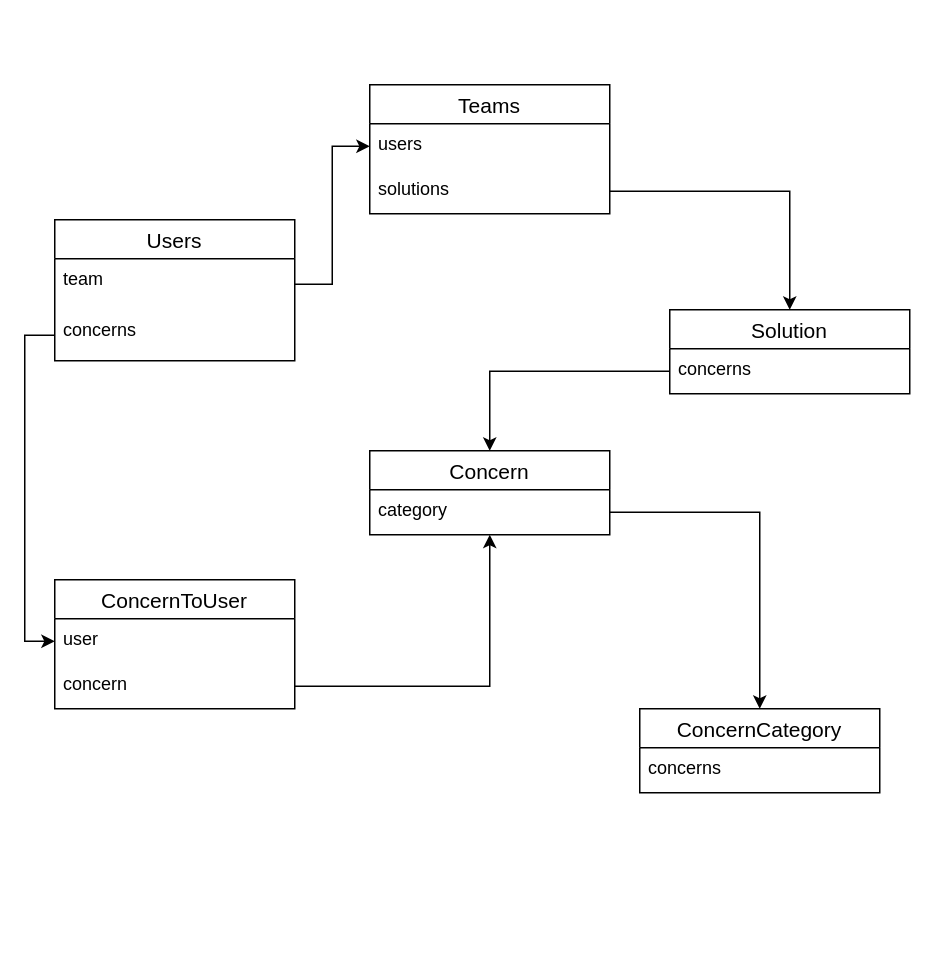
This is drawio/ER_2021-07-24.drawio from yuiseki/concern-kalte, a draw.io file, before an edit. Source tidied: cells renumbered, new cells numbered last; positions are measured from the earlier drawing's top-left corner, leaving out a move shared by most shapes. Both pictures are drawn from the tidied source at 150%, with x=0, y=0 at pixel (54, 84).
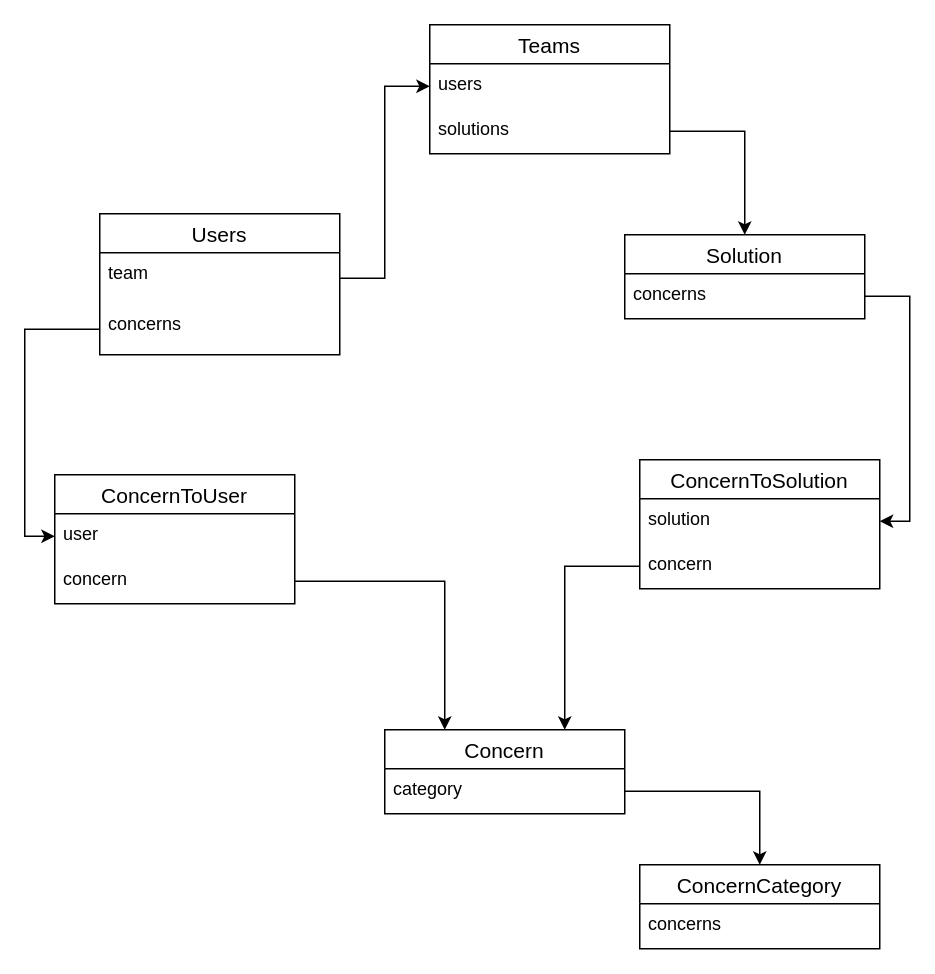
The same page after the edit.

Unchanged cells that the change refers to:
```xml
<mxCell id="11" value="concern" style="text;strokeColor=none;fillColor=none;spacingLeft=4;spacingRight=4;overflow=hidden;points=[[0,0.5],[1,0.5]];portConstraint=eastwest;fontSize=12;" parent="9" vertex="1">
  <mxGeometry y="56" width="160" height="30" as="geometry" />
</mxCell>
<mxCell id="20" value="concerns" style="text;strokeColor=none;fillColor=none;spacingLeft=4;spacingRight=4;overflow=hidden;points=[[0,0.5],[1,0.5]];portConstraint=eastwest;fontSize=12;" parent="19" vertex="1">
  <mxGeometry y="26" width="160" height="30" as="geometry" />
</mxCell>
```

What changed in the source:
```diff
@@
     <mxCell id="2" value="Users" style="swimlane;fontStyle=0;horizontal=1;startSize=26;align=center;fontSize=14;" parent="1" vertex="1">
-      <mxGeometry y="90" width="160" height="94" as="geometry" />
+      <mxGeometry x="30" y="86" width="160" height="94" as="geometry" />
     </mxCell>
@@
     <mxCell id="5" value="Teams" style="swimlane;fontStyle=0;horizontal=1;startSize=26;align=center;fontSize=14;" parent="1" vertex="1">
-      <mxGeometry x="210" width="160" height="86" as="geometry" />
+      <mxGeometry x="250" y="-40" width="160" height="86" as="geometry" />
     </mxCell>
@@
     <mxCell id="9" value="ConcernToUser" style="swimlane;fontStyle=0;horizontal=1;startSize=26;align=center;fontSize=14;" parent="1" vertex="1">
-      <mxGeometry y="330" width="160" height="86" as="geometry" />
+      <mxGeometry y="260" width="160" height="86" as="geometry" />
     </mxCell>
@@
     <mxCell id="13" value="Concern" style="swimlane;fontStyle=0;horizontal=1;startSize=26;align=center;fontSize=14;" parent="1" vertex="1">
-      <mxGeometry x="210" y="244" width="160" height="56" as="geometry" />
+      <mxGeometry x="220" y="430" width="160" height="56" as="geometry" />
     </mxCell>
@@
-    <mxCell id="15" style="edgeStyle=orthogonalEdgeStyle;rounded=0;jettySize=auto;html=1;" parent="1" edge="1" source="11" target="13">
+    <mxCell id="15" style="edgeStyle=orthogonalEdgeStyle;rounded=0;jettySize=auto;html=1;entryX=0.25;entryY=0;entryDx=0;entryDy=0;" parent="1" edge="1" source="11" target="13">
       <mxGeometry relative="1" as="geometry" />
     </mxCell>
     <mxCell id="16" value="ConcernCategory" style="swimlane;fontStyle=0;horizontal=1;startSize=26;align=center;fontSize=14;" parent="1" vertex="1">
-      <mxGeometry x="390" y="416" width="160" height="56" as="geometry" />
+      <mxGeometry x="390" y="520" width="160" height="56" as="geometry" />
     </mxCell>
@@
     <mxCell id="19" value="Solution" style="swimlane;fontStyle=0;horizontal=1;startSize=26;align=center;fontSize=14;" parent="1" vertex="1">
-      <mxGeometry x="410" y="150" width="160" height="56" as="geometry" />
+      <mxGeometry x="380" y="100" width="160" height="56" as="geometry" />
     </mxCell>
@@
-    <mxCell id="21" style="edgeStyle=orthogonalEdgeStyle;rounded=0;jettySize=auto;html=1;" parent="1" edge="1" source="20" target="13">
-      <mxGeometry relative="1" as="geometry" />
-    </mxCell>
@@
+    <mxCell id="23" value="ConcernToSolution" style="swimlane;fontStyle=0;horizontal=1;startSize=26;align=center;fontSize=14;" parent="1" vertex="1">
+      <mxGeometry x="390" y="250" width="160" height="86" as="geometry" />
+    </mxCell>
+    <mxCell id="24" value="solution" style="text;strokeColor=none;fillColor=none;spacingLeft=4;spacingRight=4;overflow=hidden;points=[[0,0.5],[1,0.5]];portConstraint=eastwest;fontSize=12;" parent="23" vertex="1">
+      <mxGeometry y="26" width="160" height="30" as="geometry" />
+    </mxCell>
+    <mxCell id="25" value="concern" style="text;strokeColor=none;fillColor=none;spacingLeft=4;spacingRight=4;overflow=hidden;points=[[0,0.5],[1,0.5]];portConstraint=eastwest;fontSize=12;" parent="23" vertex="1">
+      <mxGeometry y="56" width="160" height="30" as="geometry" />
+    </mxCell>
+    <mxCell id="26" style="edgeStyle=orthogonalEdgeStyle;rounded=0;jettySize=auto;html=1;entryX=0.75;entryY=0;entryDx=0;entryDy=0;" parent="1" edge="1" source="25" target="13">
+      <mxGeometry relative="1" as="geometry" />
+    </mxCell>
+    <mxCell id="27" style="edgeStyle=orthogonalEdgeStyle;rounded=0;jettySize=auto;html=1;entryX=1;entryY=0.5;entryDx=0;entryDy=0;" parent="1" edge="1" source="20" target="24">
+      <mxGeometry relative="1" as="geometry" />
+    </mxCell>
```
